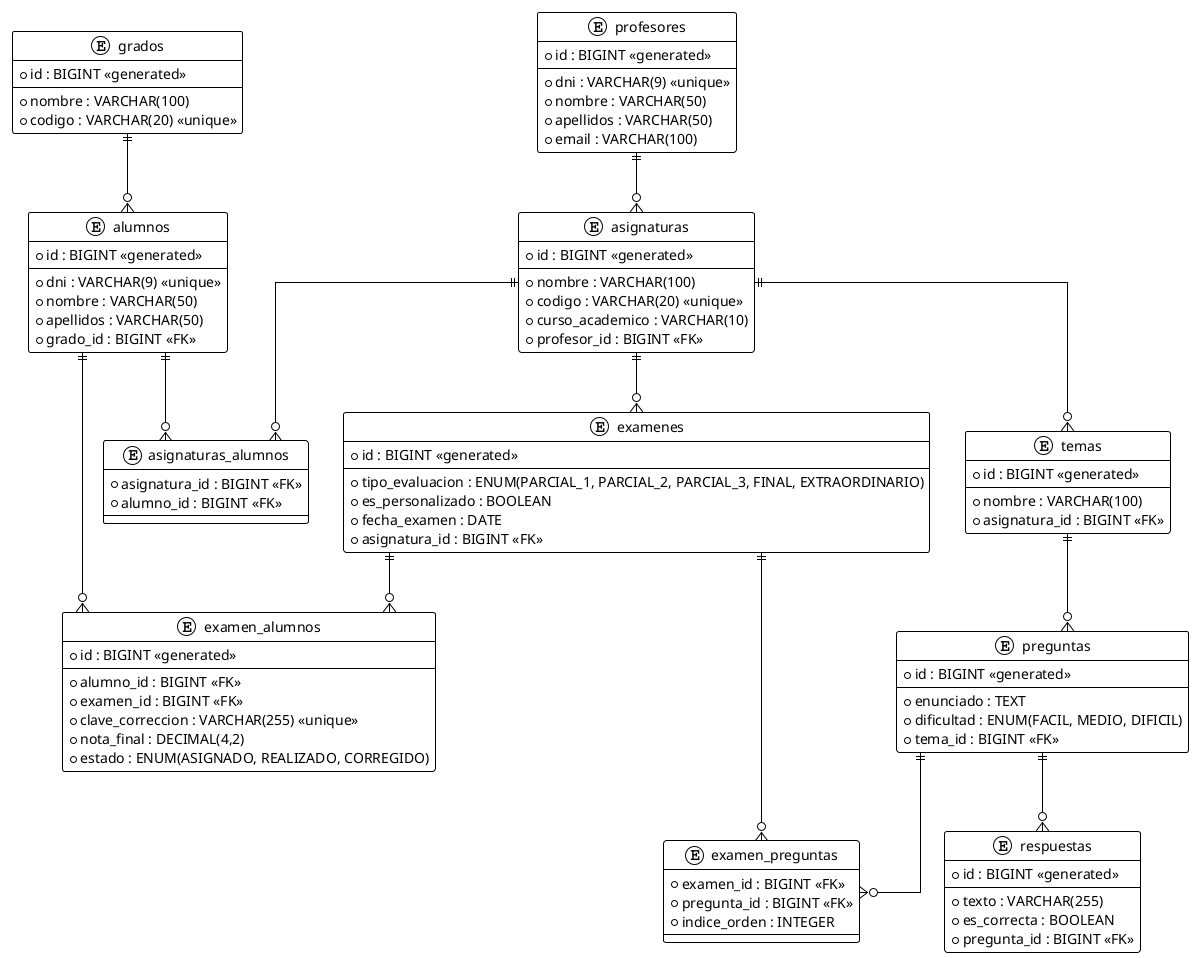
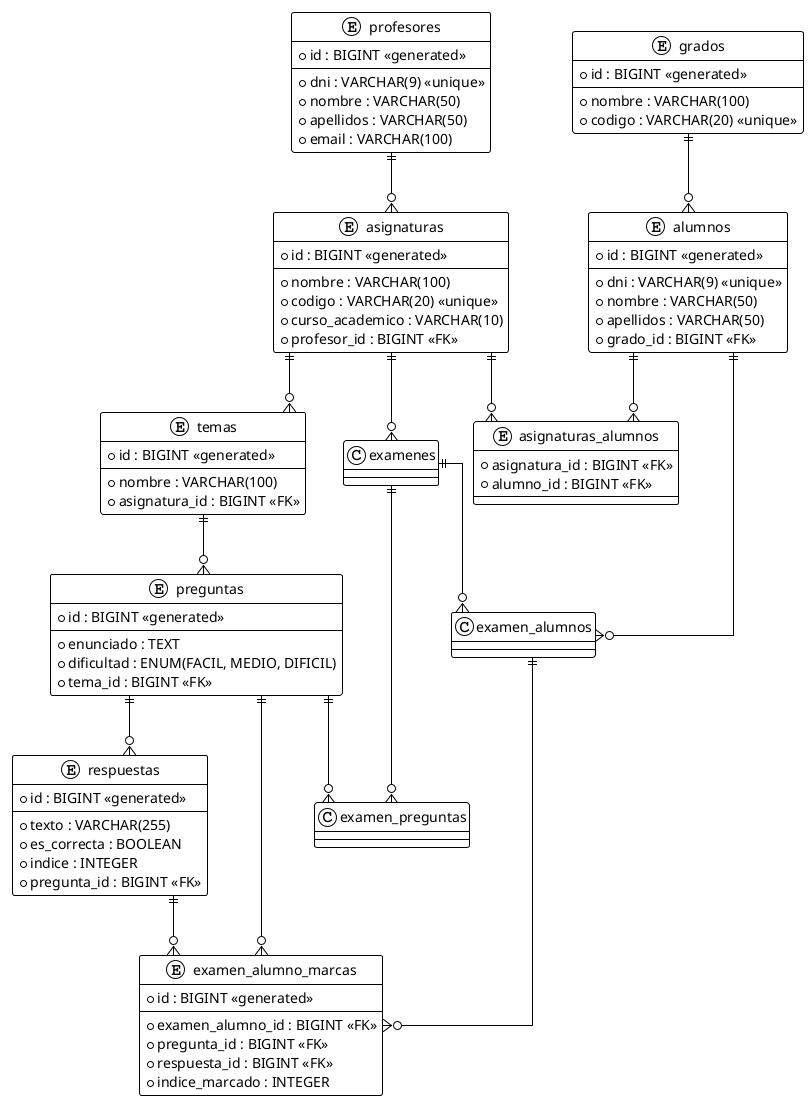
@startuml
!theme plain
skinparam Linetype ortho

entity "grados" as grados {
  * id : BIGINT <<generated>>
  --
  * nombre : VARCHAR(100)
  * codigo : VARCHAR(20) <<unique>>
}

entity "profesores" as profesores {
  * id : BIGINT <<generated>>
  --
  * dni : VARCHAR(9) <<unique>>
  * nombre : VARCHAR(50)
  * apellidos : VARCHAR(50)
  * email : VARCHAR(100)
}

entity "asignaturas" as asignaturas {
  * id : BIGINT <<generated>>
  --
  * nombre : VARCHAR(100)
  * codigo : VARCHAR(20) <<unique>>
  * curso_academico : VARCHAR(10)
  * profesor_id : BIGINT <<FK>>
}

entity "alumnos" as alumnos {
  * id : BIGINT <<generated>>
  --
  * dni : VARCHAR(9) <<unique>>
  * nombre : VARCHAR(50)
  * apellidos : VARCHAR(50)
  * grado_id : BIGINT <<FK>>
}

entity "asignaturas_alumnos" as asignaturas_alumnos {
  * asignatura_id : BIGINT <<FK>>
  * alumno_id : BIGINT <<FK>>
}

entity "temas" as temas {
  * id : BIGINT <<generated>>
  --
  * nombre : VARCHAR(100)
  * asignatura_id : BIGINT <<FK>>
}

entity "preguntas" as preguntas {
  * id : BIGINT <<generated>>
  --
  * enunciado : TEXT
  * dificultad : ENUM(FACIL, MEDIO, DIFICIL)
  * tema_id : BIGINT <<FK>>
}

entity "respuestas" as respuestas {
  * id : BIGINT <<generated>>
  --
  * texto : VARCHAR(255)
  * es_correcta : BOOLEAN
+   * indice : INTEGER
  * pregunta_id : BIGINT <<FK>>
}

- entity "examenes" as examenes {
+ entity "examen_alumno_marcas" as examen_alumno_marcas {
  * id : BIGINT <<generated>>
  --
-   * tipo_evaluacion : ENUM(PARCIAL_1, PARCIAL_2, PARCIAL_3, FINAL, EXTRAORDINARIO)
-   * es_personalizado : BOOLEAN
-   * fecha_examen : DATE
-   * asignatura_id : BIGINT <<FK>>
- }
- 
- entity "examen_preguntas" as examen_preguntas {
-   * examen_id : BIGINT <<FK>>
+   * examen_alumno_id : BIGINT <<FK>>
  * pregunta_id : BIGINT <<FK>>
-   * indice_orden : INTEGER
- }
- 
- entity "examen_alumnos" as examen_alumnos {
-   * id : BIGINT <<generated>>
-   --
-   * alumno_id : BIGINT <<FK>>
-   * examen_id : BIGINT <<FK>>
-   * clave_correccion : VARCHAR(255) <<unique>>
-   * nota_final : DECIMAL(4,2)
-   * estado : ENUM(ASIGNADO, REALIZADO, CORREGIDO)
+   * respuesta_id : BIGINT <<FK>>
+   * indice_marcado : INTEGER
}

grados ||--o{ alumnos
profesores ||--o{ asignaturas
asignaturas ||--o{ temas
asignaturas ||--o{ examenes
temas ||--o{ preguntas
preguntas ||--o{ respuestas
examenes ||--o{ examen_preguntas
preguntas ||--o{ examen_preguntas
alumnos ||--o{ examen_alumnos
examenes ||--o{ examen_alumnos
+ examen_alumnos ||--o{ examen_alumno_marcas
+ preguntas ||--o{ examen_alumno_marcas
+ respuestas ||--o{ examen_alumno_marcas
asignaturas ||--o{ asignaturas_alumnos
alumnos ||--o{ asignaturas_alumnos

@enduml
